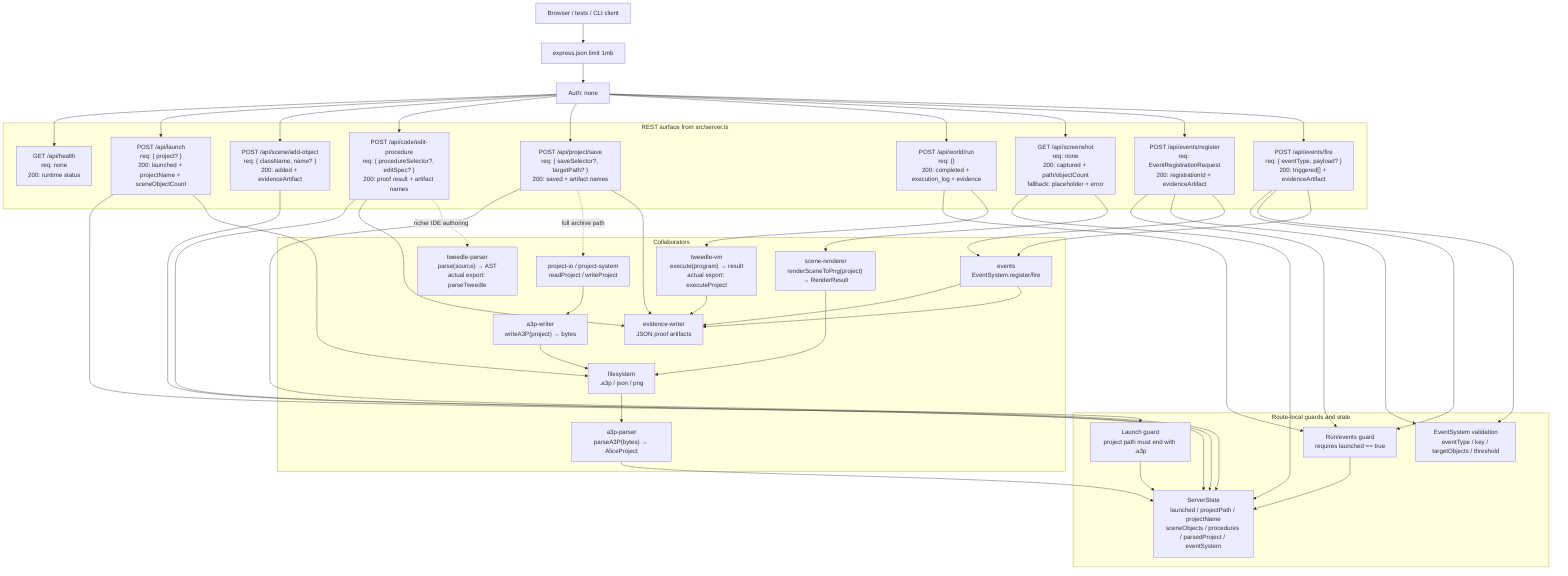
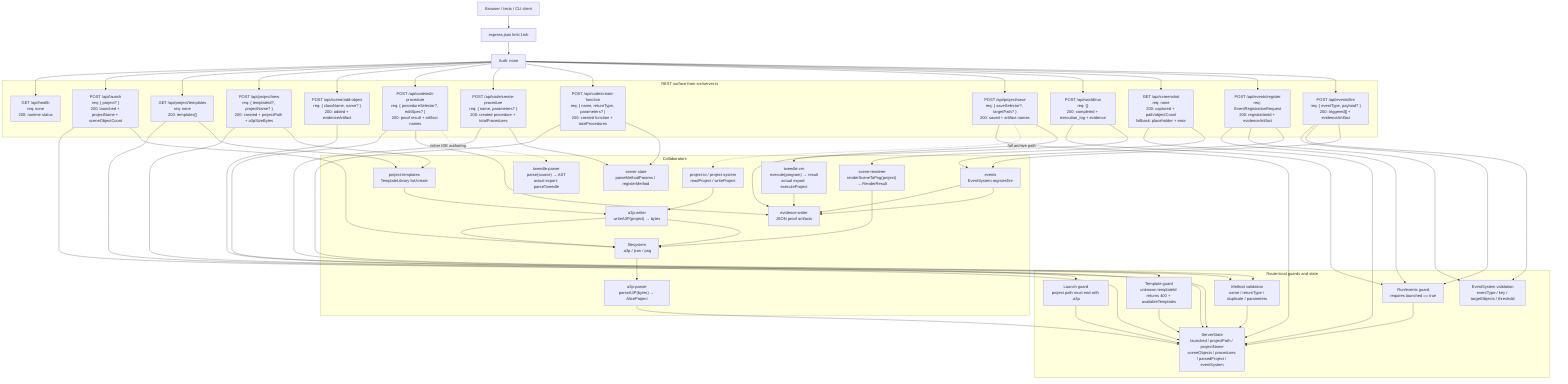
flowchart TD
    Client["Browser / tests / CLI client"] --> Json["express.json limit 1mb"]
    Json --> Auth["Auth: none"]

    subgraph Routes["REST surface from src/server.ts"]
        Health["GET /api/health\nreq: none\n200: runtime status"]
        Launch["POST /api/launch\nreq: { project? }\n200: launched + projectName + sceneObjectCount"]
+         TemplateList["GET /api/project/templates\nreq: none\n200: templates[]"]
+         ProjectNew["POST /api/project/new\nreq: { templateId?, projectName? }\n200: created + projectPath + a3pSizeBytes"]
        AddObject["POST /api/scene/add-object\nreq: { className, name? }\n200: added + evidenceArtifact"]
        EditProcedure["POST /api/code/edit-procedure\nreq: { procedureSelector?, editSpec? }\n200: proof result + artifact names"]
+         CreateProcedure["POST /api/code/create-procedure\nreq: { name, parameters? }\n200: created procedure + totalProcedures"]
+         CreateFunction["POST /api/code/create-function\nreq: { name, returnType, parameters? }\n200: created function + totalProcedures"]
        SaveRoute["POST /api/project/save\nreq: { saveSelector?, targetPath? }\n200: saved + artifact names"]
        RunWorld["POST /api/world/run\nreq: {}\n200: completed + execution_log + evidence"]
        Screenshot["GET /api/screenshot\nreq: none\n200: captured + path/objectCount\nfallback: placeholder + error"]
        Register["POST /api/events/register\nreq: EventRegistrationRequest\n200: registrationId + evidenceArtifact"]
        Fire["POST /api/events/fire\nreq: { eventType, payload? }\n200: triggered[] + evidenceArtifact"]
    end

    Auth --> Health
    Auth --> Launch
+     Auth --> TemplateList
+     Auth --> ProjectNew
    Auth --> AddObject
    Auth --> EditProcedure
+     Auth --> CreateProcedure
+     Auth --> CreateFunction
    Auth --> SaveRoute
    Auth --> RunWorld
    Auth --> Screenshot
    Auth --> Register
    Auth --> Fire

    subgraph Guards["Route-local guards and state"]
        State["ServerState\nlaunched / projectPath / projectName\nsceneObjects / procedures / parsedProject / eventSystem"]
        LaunchGuard["Launch guard\nproject path must end with .a3p"]
+         TemplateGuard["Template guard\nunknown templateId returns 400 + availableTemplates"]
+         MethodValidation["Method validation\nname / returnType / duplicate / parameters"]
        RunGuard["Run/events guard\nrequires launched == true"]
        EventValidation["EventSystem validation\neventType / key / targetObjects / threshold"]
    end

    Launch --> LaunchGuard --> State
+     TemplateList --> State
+     ProjectNew --> TemplateGuard --> State
    AddObject --> State
    EditProcedure --> State
+     CreateProcedure --> MethodValidation --> State
+     CreateFunction --> MethodValidation
    SaveRoute --> State
    RunWorld --> RunGuard --> State
    Screenshot --> State
    Register --> RunGuard
    Register --> EventValidation
    Fire --> RunGuard
    Fire --> EventValidation

    subgraph Collaborators["Collaborators"]
        Parser["a3p-parser\nparseA3P(bytes) → AliceProject"]
        Writer["a3p-writer\nwriteA3P(project) → bytes"]
        TweedleParser["tweedle-parser\nparse(source) → AST\nactual export: parseTweedle"]
        VM["tweedle-vm\nexecute(program) → result\nactual export: executeProject"]
        Renderer["scene-renderer\nrenderSceneToPng(project) → RenderResult"]
        Events["events\nEventSystem.register/fire"]
        Evidence["evidence-writer\nJSON proof artifacts"]
+         Templates["project-templates\nTemplateLibrary list/create"]
+         MethodRegistry["server state\nparseMethodParams / registerMethod"]
        ProjectIO["project-io / project-system\nreadProject / writeProject"]
        FS["filesystem\n.a3p / json / png"]
    end

    Launch --> FS --> Parser
    Parser --> State
+     TemplateList --> Templates
+     ProjectNew --> Templates --> Writer --> FS
    EditProcedure --> Evidence
    EditProcedure -. richer IDE authoring .-> TweedleParser
+     CreateProcedure --> MethodRegistry
+     CreateFunction --> MethodRegistry
    SaveRoute -. full archive path .-> ProjectIO --> Writer --> FS
    SaveRoute --> Evidence
    RunWorld --> VM --> Evidence
    Screenshot --> Renderer --> FS
    Register --> Events --> Evidence
    Fire --> Events --> Evidence
